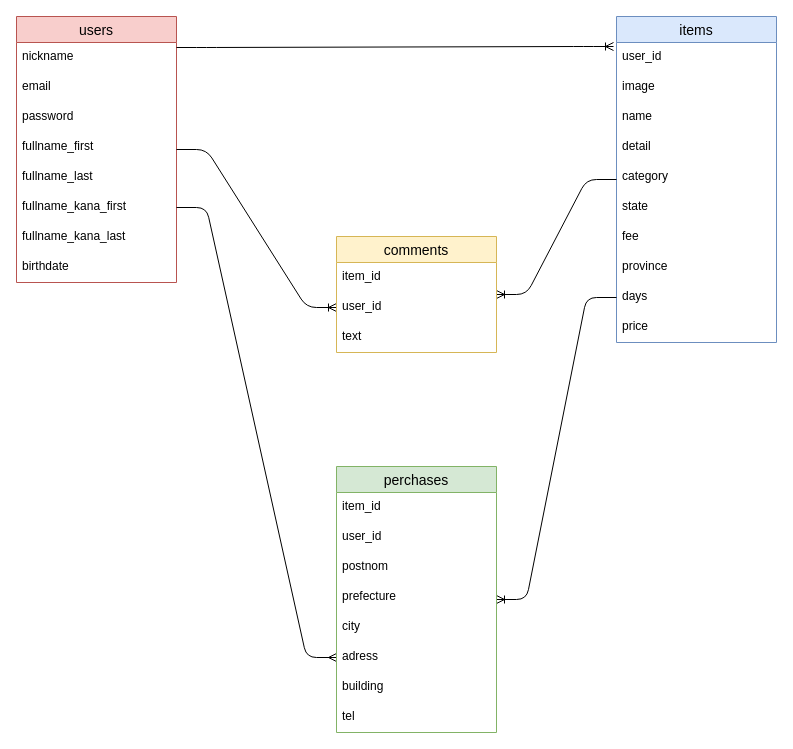
This is er.drawio from abiko23/furima-29293, a draw.io file, before an edit. Source tidied: cells renumbered, new cells numbered last; positions are measured from the earlier drawing's top-left corner, leaving out a move shared by most shapes. Both pictures are drawn from the tidied source at 100%, with x=0, y=0 at pixel (16, 16).
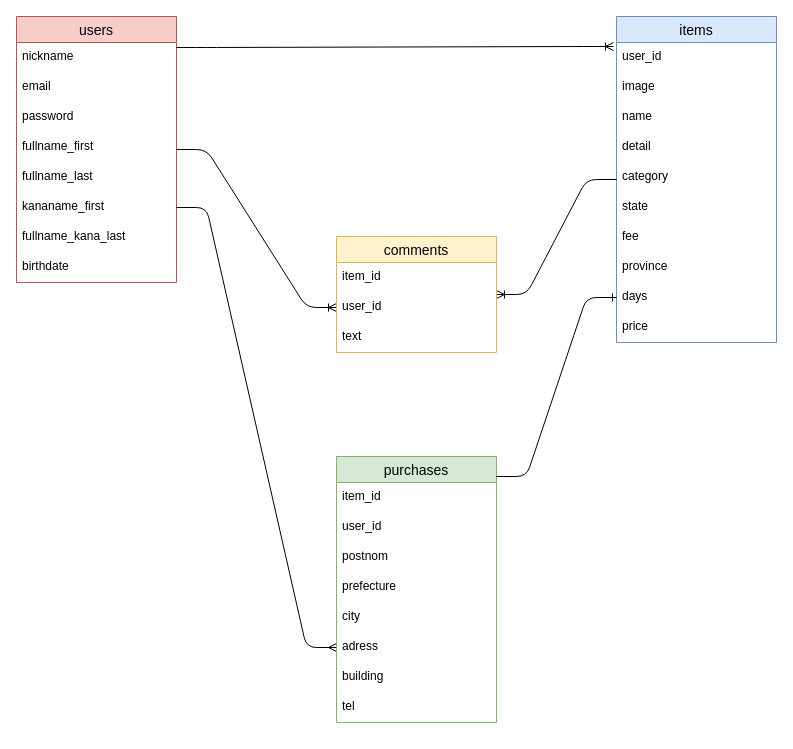
After the change.

Unchanged cells that the change refers to:
```xml
<mxCell id="2" value="users" style="swimlane;fontStyle=0;horizontal=1;startSize=26;align=center;fontSize=14;fillColor=#f8cecc;strokeColor=#b85450;" parent="1" vertex="1">
  <mxGeometry width="160" height="266" as="geometry" />
</mxCell>
<mxCell id="20" value="days" style="text;strokeColor=none;fillColor=none;spacingLeft=4;spacingRight=4;overflow=hidden;points=[[0,0.5],[1,0.5]];portConstraint=eastwest;fontSize=12;" parent="11" vertex="1">
  <mxGeometry y="266" width="160" height="30" as="geometry" />
</mxCell>
```

Diff of the diagram source:
```diff
@@
-    <mxCell id="8" value="fullname_kana_first" style="text;strokeColor=none;fillColor=none;spacingLeft=4;spacingRight=4;overflow=hidden;points=[[0,0.5],[1,0.5]];portConstraint=eastwest;fontSize=12;" parent="2" vertex="1">
+    <mxCell id="8" value="kananame_first" style="text;strokeColor=none;fillColor=none;spacingLeft=4;spacingRight=4;overflow=hidden;points=[[0,0.5],[1,0.5]];portConstraint=eastwest;fontSize=12;" parent="2" vertex="1">
       <mxGeometry y="176" width="160" height="30" as="geometry" />
     </mxCell>
@@
-    <mxCell id="25" style="edgeStyle=entityRelationEdgeStyle;fontSize=12;html=1;endArrow=ERoneToMany;" parent="1" edge="1" source="20" target="31">
-      <mxGeometry relative="1" as="geometry" />
-    </mxCell>
@@
-    <mxCell id="31" value="perchases" style="swimlane;fontStyle=0;horizontal=1;startSize=26;align=center;fontSize=14;fillColor=#d5e8d4;strokeColor=#82b366;" parent="1" vertex="1">
-      <mxGeometry x="320" y="450" width="160" height="266" as="geometry" />
+    <mxCell id="31" value="purchases" style="swimlane;fontStyle=0;horizontal=1;startSize=26;align=center;fontSize=14;fillColor=#d5e8d4;strokeColor=#82b366;" parent="1" vertex="1">
+      <mxGeometry x="320" y="440" width="160" height="266" as="geometry" />
     </mxCell>
@@
+    <mxCell id="40" style="edgeStyle=entityRelationEdgeStyle;fontSize=12;html=1;endArrow=ERone;endFill=1;entryX=0;entryY=0.5;entryDx=0;entryDy=0;" parent="1" edge="1" target="20">
+      <mxGeometry relative="1" as="geometry">
+        <mxPoint x="480" y="460" as="sourcePoint" />
+      </mxGeometry>
+    </mxCell>
```
